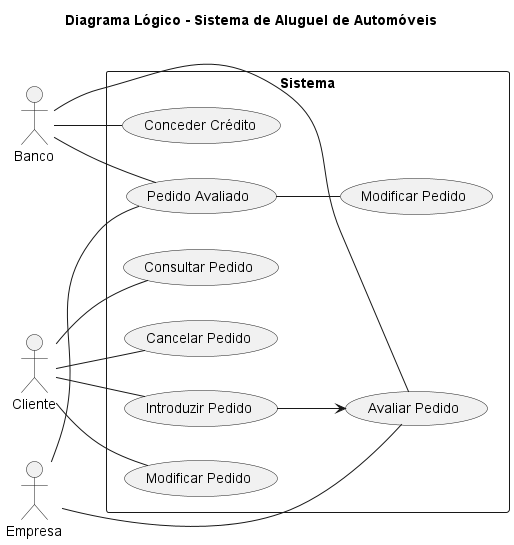
Earlier version of the PlantUML export projeto/casosDeUso.png (Salomao0tavio/AlugueisCarros). The source it was exported from:
```plantuml
@startuml
left to right direction

title Diagrama Lógico - Sistema de Aluguel de Automóveis

actor "Cliente" as cliente
actor "Banco" as banco
actor "Empresa" as empresa


rectangle Sistema {
    usecase "Introduzir Pedido" as UC1
    usecase "Modificar Pedido" as UC2
    usecase "Consultar Pedido" as UC3
    usecase "Cancelar Pedido" as UC4

    usecase "Modificar Pedido" as UC5
    usecase "Pedido Avaliado" as UC6
    usecase "Avaliar Pedido" as UC7
    usecase "Conceder Crédito" as UC8


    cliente -- UC1

    cliente -- UC2
    cliente -- UC3
    cliente -- UC4

    UC1 --> UC7

    banco -- UC6
    banco -- UC7
    banco -- UC8

    empresa -- UC6
    empresa -- UC7

    UC6 -- UC5
}


@enduml
```
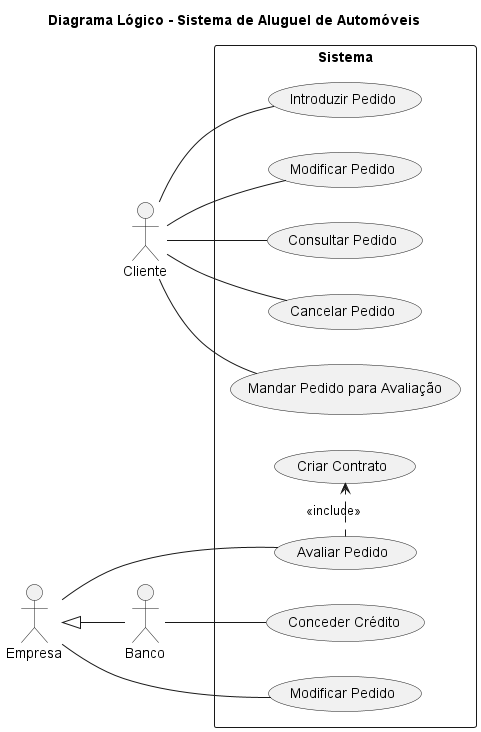
The same diagram one commit later.

Commit message:
ajustes casosDeUso

What changed in the source:
```diff
@@ -13,11 +13,12 @@
     usecase "Modificar Pedido" as UC2
     usecase "Consultar Pedido" as UC3
     usecase "Cancelar Pedido" as UC4
+    usecase "Mandar Pedido para Avaliação" as UC9
 
     usecase "Modificar Pedido" as UC5
-    usecase "Pedido Avaliado" as UC6
     usecase "Avaliar Pedido" as UC7
     usecase "Conceder Crédito" as UC8
+    usecase "Criar Contrato" as UC10
 
 
     cliente -- UC1
@@ -25,17 +26,17 @@
     cliente -- UC2
     cliente -- UC3
     cliente -- UC4
+    cliente -- UC9
 
-    UC1 --> UC7
-
-    banco -- UC6
-    banco -- UC7
     banco -- UC8
 
-    empresa -- UC6
+    empresa -- UC5
     empresa -- UC7
 
-    UC6 -- UC5
+    UC7 .> UC10 :<<include>>
+
+    empresa <|-- banco
+
 }
 
 
```
